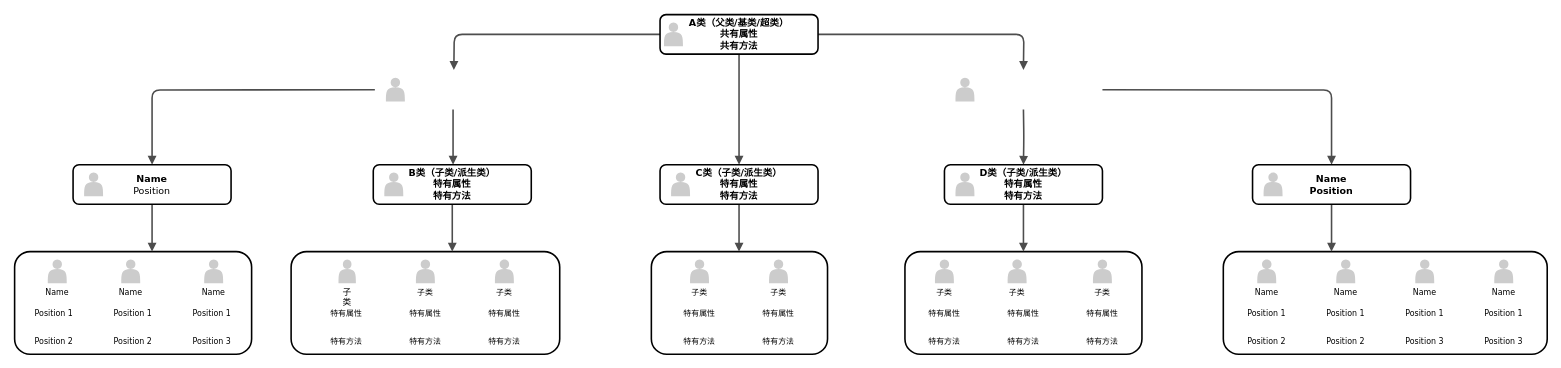
The draw.io diagram 类的继承.drawio in Hantron/jira, before the edit. Source tidied: cells renumbered, new cells numbered last; positions are measured from the earlier drawing's top-left corner, leaving out a move shared by most shapes. Both pictures are drawn from the tidied source at 79%, with x=0, y=0 at pixel (14, 14).
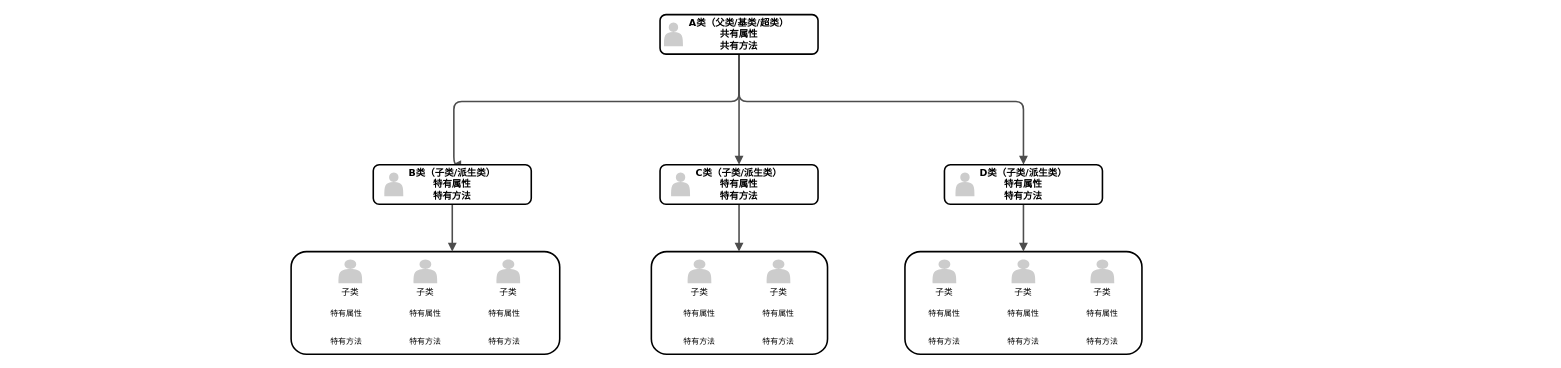
Above is the later version.

Commit message (it also covers changes not shown here):
更新类的继承.drawio

Unchanged cells that the change refers to:
```xml
<mxCell id="67" value="B类（子类/派生类）&lt;br&gt;特有属性&lt;br&gt;特有方法" style="whiteSpace=wrap;html=1;rounded=1;shadow=0;comic=0;strokeWidth=2;fontFamily=Verdana;align=center;fontSize=12;fontStyle=1;" parent="1" vertex="1">
  <mxGeometry x="454" y="190" width="200" height="50" as="geometry" />
</mxCell>
<mxCell id="71" value="A类（父类/基类/超类）&lt;br&gt;共有属性&lt;br&gt;共有方法" style="whiteSpace=wrap;html=1;rounded=1;shadow=0;comic=0;strokeWidth=2;fontFamily=Verdana;align=center;fontSize=12;fontStyle=1;" parent="1" vertex="1">
  <mxGeometry x="817" width="200" height="50" as="geometry" />
</mxCell>
<mxCell id="74" value="D类（子类/派生类）&lt;br&gt;特有属性&lt;br&gt;特有方法" style="whiteSpace=wrap;html=1;rounded=1;shadow=0;comic=0;strokeWidth=2;fontFamily=Verdana;align=center;fontSize=12;fontStyle=1;" parent="1" vertex="1">
  <mxGeometry x="1177" y="190" width="200" height="50" as="geometry" />
</mxCell>
```

Change to the diagram source:
```diff
@@
-    <mxCell id="2" style="whiteSpace=wrap;html=1;rounded=1;shadow=0;comic=0;strokeWidth=2;fontFamily=Verdana;align=center;fontSize=10;" parent="1" vertex="1">
-      <mxGeometry y="300" width="300" height="130" as="geometry" />
-    </mxCell>
-    <mxCell id="3" value="Name" style="shape=actor;whiteSpace=wrap;html=1;rounded=0;shadow=0;comic=0;strokeWidth=1;fillColor=#CCCCCC;fontFamily=Verdana;align=center;strokeColor=none;labelPosition=center;verticalLabelPosition=bottom;verticalAlign=top;fontSize=10;" parent="1" vertex="1">
-      <mxGeometry x="42" y="310" width="24" height="30" as="geometry" />
-    </mxCell>
-    <mxCell id="4" value="Name" style="shape=actor;whiteSpace=wrap;html=1;rounded=0;shadow=0;comic=0;strokeWidth=1;fillColor=#CCCCCC;fontFamily=Verdana;align=center;strokeColor=none;labelPosition=center;verticalLabelPosition=bottom;verticalAlign=top;fontSize=10;" parent="1" vertex="1">
-      <mxGeometry x="135" y="310" width="24" height="30" as="geometry" />
-    </mxCell>
-    <mxCell id="5" value="Name" style="shape=actor;whiteSpace=wrap;html=1;rounded=0;shadow=0;comic=0;strokeWidth=1;fillColor=#CCCCCC;fontFamily=Verdana;align=center;strokeColor=none;labelPosition=center;verticalLabelPosition=bottom;verticalAlign=top;fontSize=10;" parent="1" vertex="1">
-      <mxGeometry x="240" y="310" width="24" height="30" as="geometry" />
-    </mxCell>
@@
-    <mxCell id="7" value="子类" style="shape=actor;whiteSpace=wrap;html=1;rounded=0;shadow=0;comic=0;strokeWidth=1;fillColor=#CCCCCC;fontFamily=Verdana;align=center;strokeColor=none;labelPosition=center;verticalLabelPosition=bottom;verticalAlign=top;fontSize=10;" parent="1" vertex="1">
-      <mxGeometry x="508" y="310" width="24" height="30" as="geometry" />
-    </mxCell>
-    <mxCell id="8" value="子类" style="shape=actor;whiteSpace=wrap;html=1;rounded=0;shadow=0;comic=0;strokeWidth=1;fillColor=#CCCCCC;fontFamily=Verdana;align=center;strokeColor=none;labelPosition=center;verticalLabelPosition=bottom;verticalAlign=top;fontSize=10;" parent="1" vertex="1">
-      <mxGeometry x="608" y="310" width="24" height="30" as="geometry" />
-    </mxCell>
@@
-    <mxCell id="10" value="子类" style="shape=actor;whiteSpace=wrap;html=1;rounded=0;shadow=0;comic=0;strokeWidth=1;fillColor=#CCCCCC;fontFamily=Verdana;align=center;strokeColor=none;labelPosition=center;verticalLabelPosition=bottom;verticalAlign=top;fontSize=10;" parent="1" vertex="1">
-      <mxGeometry x="855" y="310" width="24" height="30" as="geometry" />
-    </mxCell>
-    <mxCell id="11" value="子类" style="shape=actor;whiteSpace=wrap;html=1;rounded=0;shadow=0;comic=0;strokeWidth=1;fillColor=#CCCCCC;fontFamily=Verdana;align=center;strokeColor=none;labelPosition=center;verticalLabelPosition=bottom;verticalAlign=top;fontSize=10;" parent="1" vertex="1">
-      <mxGeometry x="955" y="310" width="24" height="30" as="geometry" />
-    </mxCell>
@@
-    <mxCell id="13" style="whiteSpace=wrap;html=1;rounded=1;shadow=0;comic=0;strokeWidth=2;fontFamily=Verdana;align=center;fontSize=10;" parent="1" vertex="1">
-      <mxGeometry x="1530" y="300" width="410" height="130" as="geometry" />
-    </mxCell>
-    <mxCell id="14" value="Name" style="shape=actor;whiteSpace=wrap;html=1;rounded=0;shadow=0;comic=0;strokeWidth=1;fillColor=#CCCCCC;fontFamily=Verdana;align=center;strokeColor=none;labelPosition=center;verticalLabelPosition=bottom;verticalAlign=top;fontSize=10;" parent="1" vertex="1">
-      <mxGeometry x="1573" y="310" width="24" height="30" as="geometry" />
-    </mxCell>
-    <mxCell id="15" value="Name" style="shape=actor;whiteSpace=wrap;html=1;rounded=0;shadow=0;comic=0;strokeWidth=1;fillColor=#CCCCCC;fontFamily=Verdana;align=center;strokeColor=none;labelPosition=center;verticalLabelPosition=bottom;verticalAlign=top;fontSize=10;" parent="1" vertex="1">
-      <mxGeometry x="1673" y="310" width="24" height="30" as="geometry" />
-    </mxCell>
-    <mxCell id="16" value="Name" style="shape=actor;whiteSpace=wrap;html=1;rounded=0;shadow=0;comic=0;strokeWidth=1;fillColor=#CCCCCC;fontFamily=Verdana;align=center;strokeColor=none;labelPosition=center;verticalLabelPosition=bottom;verticalAlign=top;fontSize=10;" parent="1" vertex="1">
-      <mxGeometry x="1773" y="310" width="24" height="30" as="geometry" />
-    </mxCell>
     <mxCell id="17" value="&lt;font style=&quot;line-height: 0.8; font-size: 11px;&quot;&gt;子类&lt;/font&gt;" style="shape=actor;whiteSpace=wrap;html=1;rounded=0;shadow=0;comic=0;strokeWidth=1;fillColor=#CCCCCC;fontFamily=Verdana;align=center;strokeColor=none;labelPosition=center;verticalLabelPosition=bottom;verticalAlign=top;fontSize=10;" parent="1" vertex="1">
-      <mxGeometry x="410" y="310" width="22" height="30" as="geometry" />
+      <mxGeometry x="410" y="310" width="30" height="30" as="geometry" />
     </mxCell>
-    <mxCell id="18" value="Name" style="shape=actor;whiteSpace=wrap;html=1;rounded=0;shadow=0;comic=0;strokeWidth=1;fillColor=#CCCCCC;fontFamily=Verdana;align=center;strokeColor=none;labelPosition=center;verticalLabelPosition=bottom;verticalAlign=top;fontSize=10;" parent="1" vertex="1">
-      <mxGeometry x="1873" y="310" width="24" height="30" as="geometry" />
-    </mxCell>
@@
-    <mxCell id="20" style="edgeStyle=orthogonalEdgeStyle;rounded=1;html=1;labelBackgroundColor=none;endArrow=block;endFill=1;strokeColor=#4D4D4D;strokeWidth=2;fontFamily=Verdana;fontSize=12;fontStyle=1;" parent="1" edge="1" source="71">
+    <mxCell id="20" style="edgeStyle=orthogonalEdgeStyle;rounded=1;html=1;labelBackgroundColor=none;endArrow=block;endFill=1;strokeColor=#4D4D4D;strokeWidth=2;fontFamily=Verdana;fontSize=12;fontStyle=1;entryX=0.5;entryY=0;entryDx=0;entryDy=0;" parent="1" edge="1" source="71" target="67">
       <mxGeometry relative="1" as="geometry">
-        <mxPoint x="556" y="70" as="targetPoint" />
+        <Array as="points">
+          <mxPoint x="917" y="110" />
+          <mxPoint x="556" y="110" />
+          <mxPoint x="556" y="190" />
+        </Array>
       </mxGeometry>
     </mxCell>
-    <mxCell id="21" style="edgeStyle=orthogonalEdgeStyle;rounded=1;html=1;labelBackgroundColor=none;endArrow=block;endFill=1;strokeColor=#4D4D4D;strokeWidth=2;fontFamily=Verdana;fontSize=12;fontStyle=1;" parent="1" edge="1" source="71">
+    <mxCell id="21" style="edgeStyle=orthogonalEdgeStyle;rounded=1;html=1;labelBackgroundColor=none;endArrow=block;endFill=1;strokeColor=#4D4D4D;strokeWidth=2;fontFamily=Verdana;fontSize=12;fontStyle=1;entryX=0.5;entryY=0;entryDx=0;entryDy=0;" parent="1" edge="1" source="71" target="74">
       <mxGeometry relative="1" as="geometry">
-        <mxPoint x="1277" y="70" as="targetPoint" />
+        <Array as="points">
+          <mxPoint x="917" y="110" />
+          <mxPoint x="1277" y="110" />
+        </Array>
       </mxGeometry>
     </mxCell>
-    <mxCell id="22" style="edgeStyle=elbowEdgeStyle;rounded=1;html=1;labelBackgroundColor=none;endArrow=block;endFill=1;strokeColor=#4D4D4D;strokeWidth=2;fontFamily=Verdana;fontSize=12;fontStyle=1;" parent="1" edge="1" target="67">
-      <mxGeometry relative="1" as="geometry">
-        <mxPoint x="555" y="120" as="sourcePoint" />
-      </mxGeometry>
-    </mxCell>
-    <mxCell id="23" style="edgeStyle=orthogonalEdgeStyle;rounded=1;html=1;labelBackgroundColor=none;endArrow=block;endFill=1;strokeColor=#4D4D4D;strokeWidth=2;fontFamily=Verdana;fontSize=12;fontStyle=1;" parent="1" edge="1" target="64">
-      <mxGeometry relative="1" as="geometry">
-        <mxPoint x="456" y="95" as="sourcePoint" />
-      </mxGeometry>
-    </mxCell>
-    <mxCell id="24" style="edgeStyle=orthogonalEdgeStyle;rounded=1;html=1;labelBackgroundColor=none;endArrow=block;endFill=1;strokeColor=#4D4D4D;strokeWidth=2;fontFamily=Verdana;fontSize=12;fontStyle=1;" parent="1" edge="1" target="76">
-      <mxGeometry relative="1" as="geometry">
-        <mxPoint x="1377" y="95" as="sourcePoint" />
-      </mxGeometry>
-    </mxCell>
-    <mxCell id="25" style="edgeStyle=orthogonalEdgeStyle;rounded=1;html=1;labelBackgroundColor=none;endArrow=block;endFill=1;strokeColor=#4D4D4D;strokeWidth=2;fontFamily=Verdana;fontSize=12;fontStyle=1;" parent="1" edge="1" target="74">
-      <mxGeometry relative="1" as="geometry">
-        <mxPoint x="1277" y="120" as="sourcePoint" />
-      </mxGeometry>
-    </mxCell>
-    <mxCell id="26" style="edgeStyle=elbowEdgeStyle;rounded=1;html=1;labelBackgroundColor=none;endArrow=block;endFill=1;strokeColor=#4D4D4D;strokeWidth=2;fontFamily=Verdana;fontSize=10;" parent="1" edge="1" source="76" target="13">
-      <mxGeometry relative="1" as="geometry" />
-    </mxCell>
@@
-    <mxCell id="30" style="edgeStyle=elbowEdgeStyle;rounded=1;html=1;labelBackgroundColor=none;endArrow=block;endFill=1;strokeColor=#4D4D4D;strokeWidth=2;fontFamily=Verdana;fontSize=10;" parent="1" edge="1" source="64" target="2">
-      <mxGeometry relative="1" as="geometry" />
-    </mxCell>
-    <mxCell id="31" value="Position 1" style="text;html=1;strokeColor=none;fillColor=none;align=center;verticalAlign=middle;whiteSpace=wrap;rounded=1;shadow=0;comic=0;fontFamily=Verdana;fontSize=10;" parent="1" vertex="1">
-      <mxGeometry x="5" y="365" width="90" height="25" as="geometry" />
-    </mxCell>
-    <mxCell id="32" value="Position 1" style="text;html=1;strokeColor=none;fillColor=none;align=center;verticalAlign=middle;whiteSpace=wrap;rounded=1;shadow=0;comic=0;fontFamily=Verdana;fontSize=10;" parent="1" vertex="1">
-      <mxGeometry x="105" y="365" width="90" height="25" as="geometry" />
-    </mxCell>
-    <mxCell id="33" value="Position 1" style="text;html=1;strokeColor=none;fillColor=none;align=center;verticalAlign=middle;whiteSpace=wrap;rounded=1;shadow=0;comic=0;fontFamily=Verdana;fontSize=10;" parent="1" vertex="1">
-      <mxGeometry x="205" y="365" width="90" height="25" as="geometry" />
-    </mxCell>
-    <mxCell id="34" value="Position 2" style="text;html=1;strokeColor=none;fillColor=none;align=center;verticalAlign=middle;whiteSpace=wrap;rounded=1;shadow=0;comic=0;fontFamily=Verdana;fontSize=10;" parent="1" vertex="1">
-      <mxGeometry x="5" y="400" width="90" height="25" as="geometry" />
-    </mxCell>
-    <mxCell id="35" value="Position 2" style="text;html=1;strokeColor=none;fillColor=none;align=center;verticalAlign=middle;whiteSpace=wrap;rounded=1;shadow=0;comic=0;fontFamily=Verdana;fontSize=10;" parent="1" vertex="1">
-      <mxGeometry x="105" y="400" width="90" height="25" as="geometry" />
-    </mxCell>
-    <mxCell id="36" value="Position 3" style="text;html=1;strokeColor=none;fillColor=none;align=center;verticalAlign=middle;whiteSpace=wrap;rounded=1;shadow=0;comic=0;fontFamily=Verdana;fontSize=10;" parent="1" vertex="1">
-      <mxGeometry x="205" y="400" width="90" height="25" as="geometry" />
-    </mxCell>
@@
-    <mxCell id="47" value="子类" style="shape=actor;whiteSpace=wrap;html=1;rounded=0;shadow=0;comic=0;strokeWidth=1;fillColor=#CCCCCC;fontFamily=Verdana;align=center;strokeColor=none;labelPosition=center;verticalLabelPosition=bottom;verticalAlign=top;fontSize=10;" parent="1" vertex="1">
-      <mxGeometry x="1257" y="310" width="24" height="30" as="geometry" />
-    </mxCell>
-    <mxCell id="48" value="子类" style="shape=actor;whiteSpace=wrap;html=1;rounded=0;shadow=0;comic=0;strokeWidth=1;fillColor=#CCCCCC;fontFamily=Verdana;align=center;strokeColor=none;labelPosition=center;verticalLabelPosition=bottom;verticalAlign=top;fontSize=10;" parent="1" vertex="1">
-      <mxGeometry x="1365" y="310" width="24" height="30" as="geometry" />
-    </mxCell>
-    <mxCell id="49" value="子类" style="shape=actor;whiteSpace=wrap;html=1;rounded=0;shadow=0;comic=0;strokeWidth=1;fillColor=#CCCCCC;fontFamily=Verdana;align=center;strokeColor=none;labelPosition=center;verticalLabelPosition=bottom;verticalAlign=top;fontSize=10;" parent="1" vertex="1">
-      <mxGeometry x="1165" y="310" width="24" height="30" as="geometry" />
-    </mxCell>
@@
-    <mxCell id="56" value="Position 1" style="text;html=1;strokeColor=none;fillColor=none;align=center;verticalAlign=middle;whiteSpace=wrap;rounded=1;shadow=0;comic=0;fontFamily=Verdana;fontSize=10;" parent="1" vertex="1">
-      <mxGeometry x="1540" y="365" width="90" height="25" as="geometry" />
-    </mxCell>
-    <mxCell id="57" value="Position 1" style="text;html=1;strokeColor=none;fillColor=none;align=center;verticalAlign=middle;whiteSpace=wrap;rounded=1;shadow=0;comic=0;fontFamily=Verdana;fontSize=10;" parent="1" vertex="1">
-      <mxGeometry x="1640" y="365" width="90" height="25" as="geometry" />
-    </mxCell>
-    <mxCell id="58" value="Position 1" style="text;html=1;strokeColor=none;fillColor=none;align=center;verticalAlign=middle;whiteSpace=wrap;rounded=1;shadow=0;comic=0;fontFamily=Verdana;fontSize=10;" parent="1" vertex="1">
-      <mxGeometry x="1740" y="365" width="90" height="25" as="geometry" />
-    </mxCell>
-    <mxCell id="59" value="Position 2" style="text;html=1;strokeColor=none;fillColor=none;align=center;verticalAlign=middle;whiteSpace=wrap;rounded=1;shadow=0;comic=0;fontFamily=Verdana;fontSize=10;" parent="1" vertex="1">
-      <mxGeometry x="1540" y="400" width="90" height="25" as="geometry" />
-    </mxCell>
-    <mxCell id="60" value="Position 2" style="text;html=1;strokeColor=none;fillColor=none;align=center;verticalAlign=middle;whiteSpace=wrap;rounded=1;shadow=0;comic=0;fontFamily=Verdana;fontSize=10;" parent="1" vertex="1">
-      <mxGeometry x="1640" y="400" width="90" height="25" as="geometry" />
-    </mxCell>
-    <mxCell id="61" value="Position 3" style="text;html=1;strokeColor=none;fillColor=none;align=center;verticalAlign=middle;whiteSpace=wrap;rounded=1;shadow=0;comic=0;fontFamily=Verdana;fontSize=10;" parent="1" vertex="1">
-      <mxGeometry x="1740" y="400" width="90" height="25" as="geometry" />
-    </mxCell>
-    <mxCell id="62" value="Position 1" style="text;html=1;strokeColor=none;fillColor=none;align=center;verticalAlign=middle;whiteSpace=wrap;rounded=1;shadow=0;comic=0;fontFamily=Verdana;fontSize=10;" parent="1" vertex="1">
-      <mxGeometry x="1840" y="365" width="90" height="25" as="geometry" />
-    </mxCell>
-    <mxCell id="63" value="Position 3" style="text;html=1;strokeColor=none;fillColor=none;align=center;verticalAlign=middle;whiteSpace=wrap;rounded=1;shadow=0;comic=0;fontFamily=Verdana;fontSize=10;" parent="1" vertex="1">
-      <mxGeometry x="1840" y="400" width="90" height="25" as="geometry" />
-    </mxCell>
-    <mxCell id="64" value="&lt;span&gt;Name&lt;/span&gt;&lt;div&gt;&lt;span style=&quot;font-weight: normal&quot;&gt;Position&lt;/span&gt;&lt;/div&gt;" style="whiteSpace=wrap;html=1;rounded=1;shadow=0;comic=0;strokeWidth=2;fontFamily=Verdana;align=center;fontSize=12;fontStyle=1;" parent="1" vertex="1">
-      <mxGeometry x="74" y="190" width="200" height="50" as="geometry" />
-    </mxCell>
-    <mxCell id="65" style="shape=actor;whiteSpace=wrap;html=1;rounded=0;shadow=0;comic=0;strokeWidth=1;fillColor=#CCCCCC;fontFamily=Verdana;align=center;strokeColor=none;fontSize=12;fontStyle=1;" parent="1" vertex="1">
-      <mxGeometry x="88" y="200" width="24" height="30" as="geometry" />
-    </mxCell>
-    <mxCell id="66" style="shape=actor;whiteSpace=wrap;html=1;rounded=0;shadow=0;comic=0;strokeWidth=1;fillColor=#CCCCCC;fontFamily=Verdana;align=center;strokeColor=none;fontSize=12;fontStyle=1;" parent="1" vertex="1">
-      <mxGeometry x="470" y="80" width="24" height="30" as="geometry" />
-    </mxCell>
@@
-    <mxCell id="73" style="shape=actor;whiteSpace=wrap;html=1;rounded=0;shadow=0;comic=0;strokeWidth=1;fillColor=#CCCCCC;fontFamily=Verdana;align=center;strokeColor=none;fontSize=12;fontStyle=1;" parent="1" vertex="1">
-      <mxGeometry x="1191" y="80" width="24" height="30" as="geometry" />
-    </mxCell>
@@
-    <mxCell id="76" value="Name&lt;div&gt;&lt;span&gt;Position&lt;/span&gt;&lt;/div&gt;" style="whiteSpace=wrap;html=1;rounded=1;shadow=0;comic=0;strokeWidth=2;fontFamily=Verdana;align=center;fontSize=12;fontStyle=1;" parent="1" vertex="1">
-      <mxGeometry x="1567" y="190" width="200" height="50" as="geometry" />
-    </mxCell>
-    <mxCell id="77" style="shape=actor;whiteSpace=wrap;html=1;rounded=0;shadow=0;comic=0;strokeWidth=1;fillColor=#CCCCCC;fontFamily=Verdana;align=center;strokeColor=none;fontSize=12;fontStyle=1;" parent="1" vertex="1">
-      <mxGeometry x="1581" y="200" width="24" height="30" as="geometry" />
-    </mxCell>
+    <mxCell id="78" value="&lt;font style=&quot;line-height: 0.8; font-size: 11px;&quot;&gt;子类&lt;/font&gt;" style="shape=actor;whiteSpace=wrap;html=1;rounded=0;shadow=0;comic=0;strokeWidth=1;fillColor=#CCCCCC;fontFamily=Verdana;align=center;strokeColor=none;labelPosition=center;verticalLabelPosition=bottom;verticalAlign=top;fontSize=10;" parent="1" vertex="1">
+      <mxGeometry x="852" y="310" width="30" height="30" as="geometry" />
+    </mxCell>
+    <mxCell id="79" value="&lt;font style=&quot;line-height: 0.8; font-size: 11px;&quot;&gt;子类&lt;/font&gt;" style="shape=actor;whiteSpace=wrap;html=1;rounded=0;shadow=0;comic=0;strokeWidth=1;fillColor=#CCCCCC;fontFamily=Verdana;align=center;strokeColor=none;labelPosition=center;verticalLabelPosition=bottom;verticalAlign=top;fontSize=10;" parent="1" vertex="1">
+      <mxGeometry x="952" y="310" width="30" height="30" as="geometry" />
+    </mxCell>
+    <mxCell id="80" value="&lt;font style=&quot;line-height: 0.8; font-size: 11px;&quot;&gt;子类&lt;/font&gt;" style="shape=actor;whiteSpace=wrap;html=1;rounded=0;shadow=0;comic=0;strokeWidth=1;fillColor=#CCCCCC;fontFamily=Verdana;align=center;strokeColor=none;labelPosition=center;verticalLabelPosition=bottom;verticalAlign=top;fontSize=10;" parent="1" vertex="1">
+      <mxGeometry x="1162" y="310" width="30" height="30" as="geometry" />
+    </mxCell>
+    <mxCell id="81" value="&lt;font style=&quot;line-height: 0.8; font-size: 11px;&quot;&gt;子类&lt;/font&gt;" style="shape=actor;whiteSpace=wrap;html=1;rounded=0;shadow=0;comic=0;strokeWidth=1;fillColor=#CCCCCC;fontFamily=Verdana;align=center;strokeColor=none;labelPosition=center;verticalLabelPosition=bottom;verticalAlign=top;fontSize=10;" parent="1" vertex="1">
+      <mxGeometry x="1262" y="310" width="30" height="30" as="geometry" />
+    </mxCell>
+    <mxCell id="82" value="&lt;font style=&quot;line-height: 0.8; font-size: 11px;&quot;&gt;子类&lt;/font&gt;" style="shape=actor;whiteSpace=wrap;html=1;rounded=0;shadow=0;comic=0;strokeWidth=1;fillColor=#CCCCCC;fontFamily=Verdana;align=center;strokeColor=none;labelPosition=center;verticalLabelPosition=bottom;verticalAlign=top;fontSize=10;" parent="1" vertex="1">
+      <mxGeometry x="1362" y="310" width="30" height="30" as="geometry" />
+    </mxCell>
+    <mxCell id="83" value="&lt;font style=&quot;line-height: 0.8; font-size: 11px;&quot;&gt;子类&lt;/font&gt;" style="shape=actor;whiteSpace=wrap;html=1;rounded=0;shadow=0;comic=0;strokeWidth=1;fillColor=#CCCCCC;fontFamily=Verdana;align=center;strokeColor=none;labelPosition=center;verticalLabelPosition=bottom;verticalAlign=top;fontSize=10;" parent="1" vertex="1">
+      <mxGeometry x="610" y="310" width="30" height="30" as="geometry" />
+    </mxCell>
+    <mxCell id="84" value="&lt;font style=&quot;line-height: 0.8; font-size: 11px;&quot;&gt;子类&lt;/font&gt;" style="shape=actor;whiteSpace=wrap;html=1;rounded=0;shadow=0;comic=0;strokeWidth=1;fillColor=#CCCCCC;fontFamily=Verdana;align=center;strokeColor=none;labelPosition=center;verticalLabelPosition=bottom;verticalAlign=top;fontSize=10;" parent="1" vertex="1">
+      <mxGeometry x="505" y="310" width="30" height="30" as="geometry" />
+    </mxCell>
```
